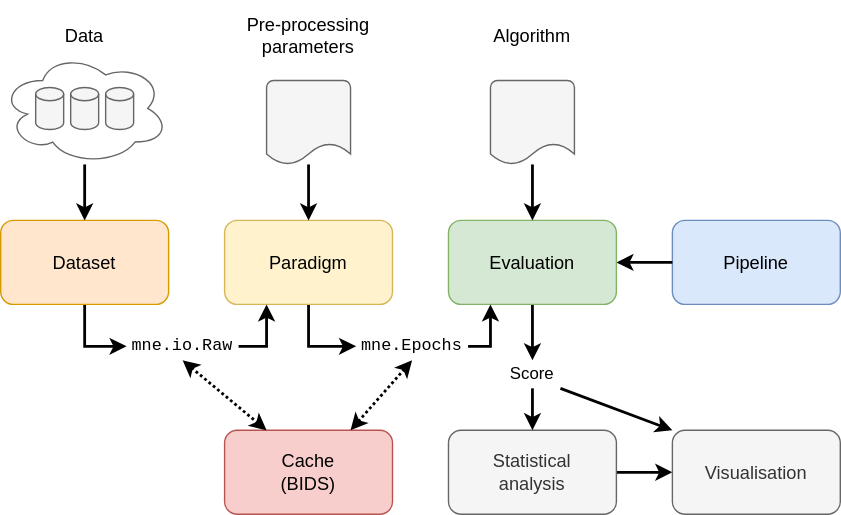
NeuroTechX/moabb keeps this draw.io diagram as docs/source/images/architecture.svg. Above is the earlier version. Source tidied: cells renumbered, new cells last; positions are measured from the earlier drawing's top-left corner, leaving out a move shared by most shapes.
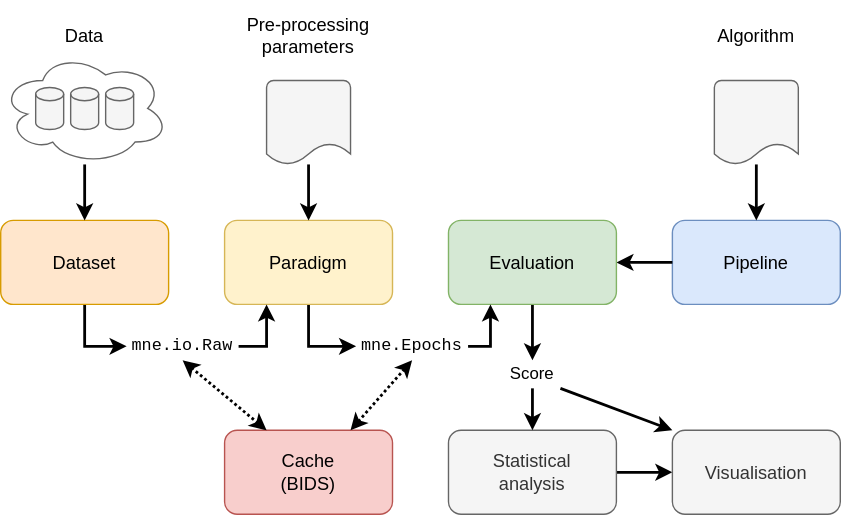
The same diagram one commit later.

Diff of the diagram source:
```diff
@@ -53,13 +53,13 @@
       <mxGeometry x="190" y="58" width="60" height="60" as="geometry" />
     </mxCell>
     <mxCell id="16" style="strokeWidth=1;html=1;shape=mxgraph.flowchart.document2;whiteSpace=wrap;size=0.25;fillColor=#f5f5f5;strokeColor=#666666;fontSize=13;fontColor=#333333;" parent="1" vertex="1">
-      <mxGeometry x="350" y="58" width="60" height="60" as="geometry" />
+      <mxGeometry x="510" y="58" width="60" height="60" as="geometry" />
     </mxCell>
     <mxCell id="17" value="&lt;font style=&quot;font-size: 13px;&quot;&gt;Pre-processing parameters&lt;/font&gt;" style="text;html=1;strokeColor=none;fillColor=none;align=center;verticalAlign=middle;whiteSpace=wrap;rounded=0;fontSize=13;" parent="1" vertex="1">
       <mxGeometry x="150" y="0.5" width="140" height="50" as="geometry" />
     </mxCell>
     <mxCell id="18" value="&lt;font style=&quot;font-size: 13px;&quot;&gt;Algorithm&lt;/font&gt;" style="text;html=1;strokeColor=none;fillColor=none;align=center;verticalAlign=middle;whiteSpace=wrap;rounded=0;fontSize=13;" parent="1" vertex="1">
-      <mxGeometry x="340" y="13" width="80" height="25" as="geometry" />
+      <mxGeometry x="500" y="13" width="80" height="25" as="geometry" />
     </mxCell>
     <mxCell id="19" value="Cache&lt;br style=&quot;font-size: 13px;&quot;&gt;(BIDS)" style="rounded=1;whiteSpace=wrap;html=1;fontSize=13;fillColor=#f8cecc;strokeColor=#b85450;" parent="1" vertex="1">
       <mxGeometry x="160" y="308" width="120" height="60" as="geometry" />
@@ -91,7 +91,7 @@
     <mxCell id="28" value="Score" style="text;html=1;strokeColor=none;fillColor=none;align=center;verticalAlign=middle;whiteSpace=wrap;rounded=0;" parent="1" vertex="1">
       <mxGeometry x="360" y="258" width="40" height="20" as="geometry" />
     </mxCell>
-    <mxCell id="29" style="edgeStyle=orthogonalEdgeStyle;rounded=0;jettySize=auto;html=1;entryX=0.5;entryY=0;entryDx=0;entryDy=0;strokeWidth=2;" parent="1" edge="1" source="16" target="11">
+    <mxCell id="29" style="edgeStyle=orthogonalEdgeStyle;rounded=0;jettySize=auto;html=1;entryX=0.5;entryY=0;entryDx=0;entryDy=0;strokeWidth=2;" parent="1" edge="1" source="16" target="4">
       <mxGeometry relative="1" as="geometry" />
     </mxCell>
     <mxCell id="30" style="edgeStyle=orthogonalEdgeStyle;rounded=0;jettySize=auto;html=1;entryX=0.5;entryY=0;entryDx=0;entryDy=0;strokeWidth=2;" parent="1" edge="1" source="15" target="3">
```
